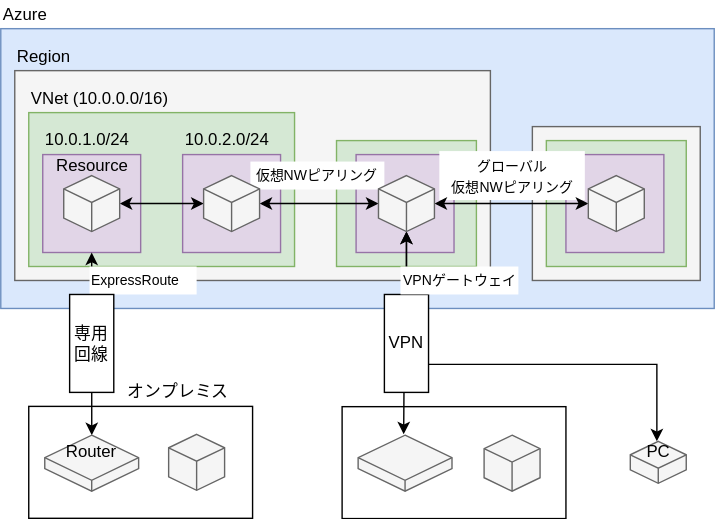
sinotca529/blog keeps this draw.io diagram as it/ref/azure/vnet.drawio.svg. Above is the earlier version. Source tidied: cells renumbered, new cells last; positions are measured from the earlier drawing's top-left corner, leaving out a move shared by most shapes.
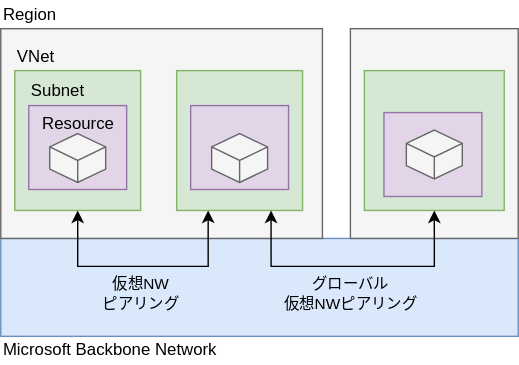
After the commit.

Diff of the diagram source:
```diff
@@ -2,138 +2,72 @@
   <root>
     <mxCell id="0" />
     <mxCell id="1" parent="0" />
-    <mxCell id="2" style="whiteSpace=wrap;html=1;fillColor=#dae8fc;strokeColor=#6c8ebf;" parent="1" vertex="1">
-      <mxGeometry y="20" width="510" height="200" as="geometry" />
-    </mxCell>
+    <mxCell id="44" style="rounded=0;whiteSpace=wrap;html=1;fillColor=#dae8fc;strokeColor=#6c8ebf;" parent="1" vertex="1">
+      <mxGeometry x="10" y="200" width="370" height="70" as="geometry" />
+    </mxCell>
-    <mxCell id="3" style="whiteSpace=wrap;html=1;fillColor=#f5f5f5;strokeColor=#666666;fontColor=#333333;" parent="1" vertex="1">
-      <mxGeometry x="10" y="50" width="340" height="150" as="geometry" />
+    <mxCell id="3" style="whiteSpace=wrap;html=1;fillColor=#f5f5f5;fontColor=#333333;strokeColor=#666666;" parent="1" vertex="1">
+      <mxGeometry x="10" y="50" width="230" height="150" as="geometry" />
     </mxCell>
     <mxCell id="4" style="whiteSpace=wrap;html=1;fillColor=#d5e8d4;strokeColor=#82b366;" parent="1" vertex="1">
-      <mxGeometry x="20" y="80" width="190" height="110" as="geometry" />
+      <mxGeometry x="20" y="80" width="90" height="100" as="geometry" />
     </mxCell>
     <mxCell id="5" style="whiteSpace=wrap;html=1;fillColor=#d5e8d4;strokeColor=#82b366;" parent="1" vertex="1">
-      <mxGeometry x="240" y="100" width="100" height="90" as="geometry" />
+      <mxGeometry x="135.8" y="80" width="90" height="100" as="geometry" />
     </mxCell>
     <mxCell id="6" style="whiteSpace=wrap;html=1;fillColor=#e1d5e7;strokeColor=#9673a6;" parent="1" vertex="1">
-      <mxGeometry x="30" y="110" width="70" height="70" as="geometry" />
+      <mxGeometry x="30" y="105" width="70" height="60" as="geometry" />
     </mxCell>
-    <mxCell id="7" style="whiteSpace=wrap;html=1;fillColor=#e1d5e7;strokeColor=#9673a6;" parent="1" vertex="1">
-      <mxGeometry x="130" y="110" width="70" height="70" as="geometry" />
-    </mxCell>
     <mxCell id="8" style="whiteSpace=wrap;html=1;fillColor=#e1d5e7;strokeColor=#9673a6;" parent="1" vertex="1">
-      <mxGeometry x="254" y="110" width="70" height="70" as="geometry" />
+      <mxGeometry x="145.8" y="105" width="70" height="60" as="geometry" />
     </mxCell>
-    <mxCell id="9" value="VNet (10.0.0.0/16)" style="rounded=0;whiteSpace=wrap;html=1;fillColor=none;strokeColor=none;align=left;direction=west;" parent="1" vertex="1">
-      <mxGeometry x="20" y="60" width="110" height="20" as="geometry" />
+    <mxCell id="9" value="VNet" style="rounded=0;whiteSpace=wrap;html=1;fillColor=none;strokeColor=none;align=left;direction=west;" parent="1" vertex="1">
+      <mxGeometry x="20" y="60" width="40" height="20" as="geometry" />
     </mxCell>
-    <mxCell id="10" value="10.0.1.0/24" style="rounded=0;whiteSpace=wrap;html=1;fillColor=none;strokeColor=none;align=left;" parent="1" vertex="1">
-      <mxGeometry x="30" y="90" width="70" height="20" as="geometry" />
+    <mxCell id="10" value="Subnet" style="rounded=0;whiteSpace=wrap;html=1;fillColor=none;strokeColor=none;align=left;" parent="1" vertex="1">
+      <mxGeometry x="30" y="85" width="70" height="20" as="geometry" />
     </mxCell>
-    <mxCell id="11" value="10.0.2.0/24" style="rounded=0;whiteSpace=wrap;html=1;fillColor=none;strokeColor=none;align=left;" parent="1" vertex="1">
-      <mxGeometry x="130" y="90" width="70" height="20" as="geometry" />
-    </mxCell>
     <mxCell id="12" value="Region" style="rounded=0;whiteSpace=wrap;html=1;fillColor=none;strokeColor=none;align=left;" parent="1" vertex="1">
       <mxGeometry x="10" y="30" width="60" height="20" as="geometry" />
     </mxCell>
-    <mxCell id="13" style="whiteSpace=wrap;html=1;fillColor=#f5f5f5;strokeColor=#666666;fontColor=#333333;" parent="1" vertex="1">
-      <mxGeometry x="380" y="90" width="120" height="110" as="geometry" />
+    <mxCell id="13" style="whiteSpace=wrap;html=1;fillColor=#f5f5f5;fontColor=#333333;strokeColor=#666666;" parent="1" vertex="1">
+      <mxGeometry x="260" y="50" width="120" height="150" as="geometry" />
     </mxCell>
     <mxCell id="14" style="whiteSpace=wrap;html=1;fillColor=#d5e8d4;strokeColor=#82b366;" parent="1" vertex="1">
-      <mxGeometry x="390" y="100" width="100" height="90" as="geometry" />
+      <mxGeometry x="270" y="80" width="100" height="100" as="geometry" />
     </mxCell>
     <mxCell id="15" style="whiteSpace=wrap;html=1;fillColor=#e1d5e7;strokeColor=#9673a6;" parent="1" vertex="1">
-      <mxGeometry x="404" y="110" width="70" height="70" as="geometry" />
+      <mxGeometry x="284" y="110" width="70" height="60" as="geometry" />
     </mxCell>
-    <mxCell id="16" style="edgeStyle=orthogonalEdgeStyle;rounded=0;jettySize=auto;html=1;startArrow=classic;startFill=1;exitX=1;exitY=0.5;exitDx=0;exitDy=0;exitPerimeter=0;entryX=0;entryY=0.5;entryDx=0;entryDy=0;entryPerimeter=0;" parent="1" edge="1" source="32" target="33">
-      <mxGeometry relative="1" as="geometry" />
-    </mxCell>
-    <mxCell id="17" style="edgeStyle=orthogonalEdgeStyle;rounded=0;jettySize=auto;html=1;startArrow=classic;startFill=1;entryX=0;entryY=0.5;entryDx=0;entryDy=0;entryPerimeter=0;exitX=1;exitY=0.5;exitDx=0;exitDy=0;exitPerimeter=0;" parent="1" edge="1" source="33" target="34">
-      <mxGeometry relative="1" as="geometry" />
+    <mxCell id="17" value="仮想NW&lt;br&gt;ピアリング" style="edgeStyle=orthogonalEdgeStyle;rounded=0;jettySize=auto;html=1;startArrow=classic;startFill=1;exitX=0.25;exitY=1;exitDx=0;exitDy=0;entryX=0.5;entryY=1;entryDx=0;entryDy=0;labelBackgroundColor=none;" parent="1" edge="1" source="5" target="4">
+      <mxGeometry x="0.02" y="20" relative="1" as="geometry">
+        <Array as="points">
+          <mxPoint x="158" y="220" />
+          <mxPoint x="65" y="220" />
+        </Array>
+      </mxGeometry>
     </mxCell>
-    <mxCell id="18" value="&lt;font style=&quot;font-size: 10px;&quot;&gt;仮想NWピアリング&lt;/font&gt;" style="rounded=0;whiteSpace=wrap;html=1;fillColor=default;strokeColor=none;align=center;" parent="1" vertex="1">
-      <mxGeometry x="178.4" y="115" width="95.8" height="20" as="geometry" />
-    </mxCell>
-    <mxCell id="19" value="&lt;font style=&quot;font-size: 10px;&quot;&gt;グローバル&lt;/font&gt;&lt;div&gt;&lt;font style=&quot;font-size: 10px;&quot;&gt;仮想NWピアリング&lt;/font&gt;&lt;/div&gt;" style="rounded=0;whiteSpace=wrap;html=1;fillColor=default;strokeColor=none;align=center;" parent="1" vertex="1">
-      <mxGeometry x="313.5" y="107.5" width="104" height="35" as="geometry" />
-    </mxCell>
-    <mxCell id="20" style="edgeStyle=orthogonalEdgeStyle;rounded=0;jettySize=auto;html=1;startArrow=classic;startFill=1;entryX=0;entryY=0.5;entryDx=0;entryDy=0;entryPerimeter=0;exitX=1;exitY=0.5;exitDx=0;exitDy=0;exitPerimeter=0;" parent="1" edge="1" source="34" target="35">
-      <mxGeometry relative="1" as="geometry" />
+    <mxCell id="20" value="グローバル&lt;br&gt;仮想NWピアリング" style="edgeStyle=orthogonalEdgeStyle;rounded=0;jettySize=auto;html=1;startArrow=classic;startFill=1;exitX=0.75;exitY=1;exitDx=0;exitDy=0;entryX=0.5;entryY=1;entryDx=0;entryDy=0;labelBackgroundColor=none;" parent="1" edge="1" source="5" target="14">
+      <mxGeometry x="-0.02" y="-20" relative="1" as="geometry">
+        <Array as="points">
+          <mxPoint x="203" y="220" />
+          <mxPoint x="320" y="220" />
+        </Array>
+      </mxGeometry>
     </mxCell>
-    <mxCell id="21" value="Azure" style="rounded=0;whiteSpace=wrap;html=1;fillColor=none;strokeColor=none;align=left;" parent="1" vertex="1">
-      <mxGeometry width="60" height="20" as="geometry" />
-    </mxCell>
-    <mxCell id="22" style="whiteSpace=wrap;html=1;" parent="1" vertex="1">
-      <mxGeometry x="20" y="290" width="160" height="80" as="geometry" />
-    </mxCell>
-    <mxCell id="23" style="edgeStyle=orthogonalEdgeStyle;rounded=0;jettySize=auto;html=1;startArrow=classic;startFill=1;exitX=0.5;exitY=1;exitDx=0;exitDy=0;" parent="1" edge="1" source="6" target="38">
-      <mxGeometry relative="1" as="geometry" />
-    </mxCell>
-    <mxCell id="24" value="&lt;font style=&quot;font-size: 10px;&quot;&gt;ExpressRoute&lt;/font&gt;" style="rounded=0;whiteSpace=wrap;html=1;fillColor=default;strokeColor=none;align=left;" parent="1" vertex="1">
-      <mxGeometry x="63.4" y="190" width="76.6" height="20" as="geometry" />
-    </mxCell>
-    <mxCell id="25" value="専用回線" style="rounded=0;whiteSpace=wrap;html=1;" parent="1" vertex="1">
-      <mxGeometry x="49.2" y="210" width="31.6" height="70" as="geometry" />
-    </mxCell>
-    <mxCell id="26" style="whiteSpace=wrap;html=1;" parent="1" vertex="1">
-      <mxGeometry x="244" y="290.2" width="160" height="80" as="geometry" />
-    </mxCell>
-    <mxCell id="27" style="edgeStyle=orthogonalEdgeStyle;rounded=0;jettySize=auto;html=1;startArrow=classic;startFill=1;exitX=0.5;exitY=1;exitDx=0;exitDy=0;exitPerimeter=0;" parent="1" edge="1" source="34">
-      <mxGeometry relative="1" as="geometry">
-        <mxPoint x="288" y="310" as="targetPoint" />
-      </mxGeometry>
-    </mxCell>
-    <mxCell id="28" value="オンプレミス" style="rounded=0;whiteSpace=wrap;html=1;fillColor=none;strokeColor=none;align=left;" parent="1" vertex="1">
-      <mxGeometry x="89.2" y="270.2" width="90.8" height="20" as="geometry" />
-    </mxCell>
-    <mxCell id="29" style="edgeStyle=orthogonalEdgeStyle;rounded=0;jettySize=auto;html=1;startArrow=classic;startFill=1;exitX=0.5;exitY=1;exitDx=0;exitDy=0;exitPerimeter=0;" parent="1" edge="1" source="34" target="40">
-      <mxGeometry relative="1" as="geometry">
-        <Array as="points">
-          <mxPoint x="290" y="260" />
-          <mxPoint x="469" y="260" />
-        </Array>
-      </mxGeometry>
-    </mxCell>
-    <mxCell id="30" value="VPN" style="rounded=0;whiteSpace=wrap;html=1;" parent="1" vertex="1">
-      <mxGeometry x="274.2" y="210" width="31.6" height="70" as="geometry" />
-    </mxCell>
-    <mxCell id="31" value="&lt;font style=&quot;font-size: 10px;&quot;&gt;VPNゲートウェイ&lt;/font&gt;" style="rounded=0;whiteSpace=wrap;html=1;fillColor=default;strokeColor=none;align=left;" parent="1" vertex="1">
-      <mxGeometry x="285.7" y="190" width="84.3" height="20" as="geometry" />
-    </mxCell>
-    <mxCell id="32" style="html=1;shape=mxgraph.basic.isocube;isoAngle=15;fillColor=#f5f5f5;fontColor=#333333;strokeColor=#666666;" parent="1" vertex="1">
-      <mxGeometry x="45" y="125" width="40" height="40" as="geometry" />
+    <mxCell id="32" style="html=1;shape=mxgraph.basic.isocube;isoAngle=15;fillColor=#f5f5f5;strokeColor=#666666;fontColor=#333333;" parent="1" vertex="1">
+      <mxGeometry x="45" y="125" width="40" height="35" as="geometry" />
     </mxCell>
-    <mxCell id="33" style="html=1;shape=mxgraph.basic.isocube;isoAngle=15;fillColor=#f5f5f5;fontColor=#333333;strokeColor=#666666;" parent="1" vertex="1">
-      <mxGeometry x="145" y="125" width="40" height="40" as="geometry" />
-    </mxCell>
     <mxCell id="34" style="html=1;shape=mxgraph.basic.isocube;isoAngle=15;fillColor=#f5f5f5;fontColor=#333333;strokeColor=#666666;" parent="1" vertex="1">
-      <mxGeometry x="270" y="125" width="40" height="40" as="geometry" />
+      <mxGeometry x="160.8" y="125" width="40" height="35" as="geometry" />
     </mxCell>
     <mxCell id="35" style="html=1;shape=mxgraph.basic.isocube;isoAngle=15;fillColor=#f5f5f5;fontColor=#333333;strokeColor=#666666;" parent="1" vertex="1">
-      <mxGeometry x="420" y="125" width="40" height="40" as="geometry" />
+      <mxGeometry x="300" y="122.5" width="40" height="35" as="geometry" />
     </mxCell>
-    <mxCell id="36" style="html=1;shape=mxgraph.basic.isocube;isoAngle=15;fillColor=#f5f5f5;fontColor=#333333;strokeColor=#666666;" parent="1" vertex="1">
-      <mxGeometry x="120" y="310" width="40" height="40" as="geometry" />
-    </mxCell>
-    <mxCell id="37" style="html=1;shape=mxgraph.basic.isocube;isoAngle=15;fillColor=#f5f5f5;fontColor=#333333;strokeColor=#666666;" parent="1" vertex="1">
-      <mxGeometry x="345.5" y="310.6" width="40" height="40" as="geometry" />
-    </mxCell>
-    <mxCell id="38" style="html=1;shape=mxgraph.basic.isocube;isoAngle=15;fillColor=#f5f5f5;fontColor=#333333;strokeColor=#666666;" parent="1" vertex="1">
-      <mxGeometry x="31.5" y="310.6" width="67.1" height="40" as="geometry" />
-    </mxCell>
-    <mxCell id="39" style="html=1;shape=mxgraph.basic.isocube;isoAngle=15;fillColor=#f5f5f5;fontColor=#333333;strokeColor=#666666;" parent="1" vertex="1">
-      <mxGeometry x="255.4" y="310.6" width="67.1" height="40" as="geometry" />
-    </mxCell>
-    <mxCell id="40" style="html=1;shape=mxgraph.basic.isocube;isoAngle=15;fillColor=#f5f5f5;fontColor=#333333;strokeColor=#666666;" parent="1" vertex="1">
-      <mxGeometry x="450" y="315" width="40" height="30" as="geometry" />
-    </mxCell>
     <mxCell id="41" value="Resource" style="rounded=0;whiteSpace=wrap;html=1;fillColor=none;strokeColor=none;align=left;" parent="1" vertex="1">
       <mxGeometry x="37.5" y="110" width="55" height="15" as="geometry" />
     </mxCell>
-    <mxCell id="42" value="Router" style="rounded=0;whiteSpace=wrap;html=1;fillColor=none;strokeColor=none;align=left;" parent="1" vertex="1">
-      <mxGeometry x="45" y="315" width="55" height="15" as="geometry" />
-    </mxCell>
-    <mxCell id="43" value="PC" style="rounded=0;whiteSpace=wrap;html=1;fillColor=none;strokeColor=none;align=left;" parent="1" vertex="1">
-      <mxGeometry x="460" y="315" width="20" height="15" as="geometry" />
-    </mxCell>
+    <mxCell id="45" value="&lt;span style=&quot;font-family: Helvetica; font-size: 12px; font-style: normal; font-variant-ligatures: normal; font-variant-caps: normal; font-weight: 400; letter-spacing: normal; orphans: 2; text-indent: 0px; text-transform: none; widows: 2; word-spacing: 0px; -webkit-text-stroke-width: 0px; text-decoration-thickness: initial; text-decoration-style: initial; text-decoration-color: initial; float: none; display: inline !important;&quot;&gt;Microsoft&amp;nbsp;&lt;/span&gt;&lt;span style=&quot;font-family: Helvetica; font-size: 12px; font-style: normal; font-variant-ligatures: normal; font-variant-caps: normal; font-weight: 400; letter-spacing: normal; orphans: 2; text-indent: 0px; text-transform: none; widows: 2; word-spacing: 0px; -webkit-text-stroke-width: 0px; text-decoration-thickness: initial; text-decoration-style: initial; text-decoration-color: initial; float: none; display: inline !important;&quot;&gt;Backbone&amp;nbsp;&lt;/span&gt;&lt;span style=&quot;font-family: Helvetica; font-size: 12px; font-style: normal; font-variant-ligatures: normal; font-variant-caps: normal; font-weight: 400; letter-spacing: normal; orphans: 2; text-indent: 0px; text-transform: none; widows: 2; word-spacing: 0px; -webkit-text-stroke-width: 0px; text-decoration-thickness: initial; text-decoration-style: initial; text-decoration-color: initial; float: none; display: inline !important;&quot;&gt;Network&lt;/span&gt;" style="text;html=1;strokeColor=none;fillColor=none;align=left;verticalAlign=middle;whiteSpace=wrap;rounded=0;fontColor=default;labelBorderColor=none;labelBackgroundColor=none;" parent="1" vertex="1">
+      <mxGeometry x="10" y="270" width="180" height="20" as="geometry" />
+    </mxCell>
   </root>
 </mxGraphModel>
```
